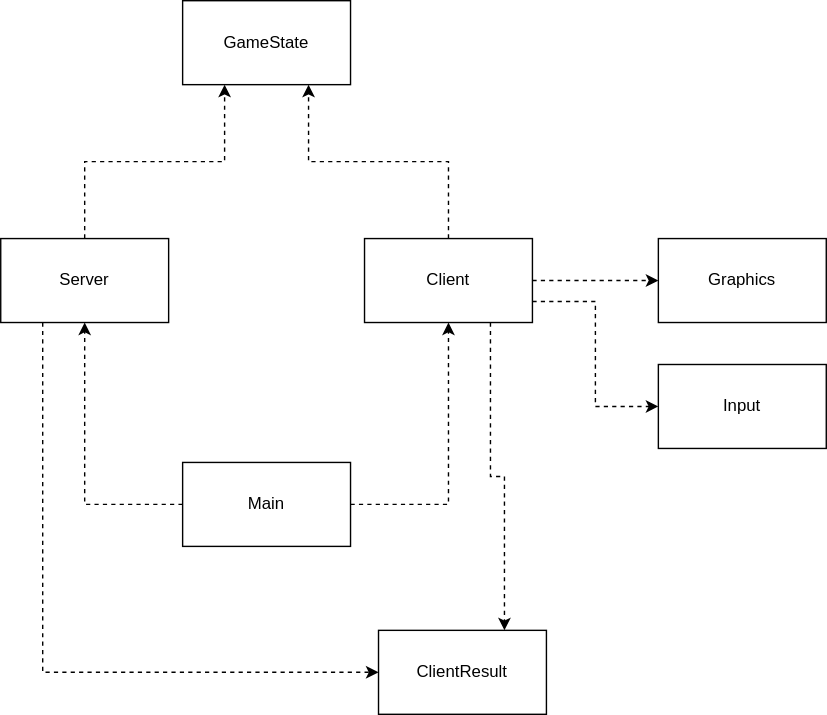
This is architecture.drawio.svg from horup/zombiedodgeball, a draw.io export, as it was before one commit. Source tidied: cells renumbered, new cells last; positions are measured from the earlier drawing's top-left corner, leaving out a move shared by most shapes.
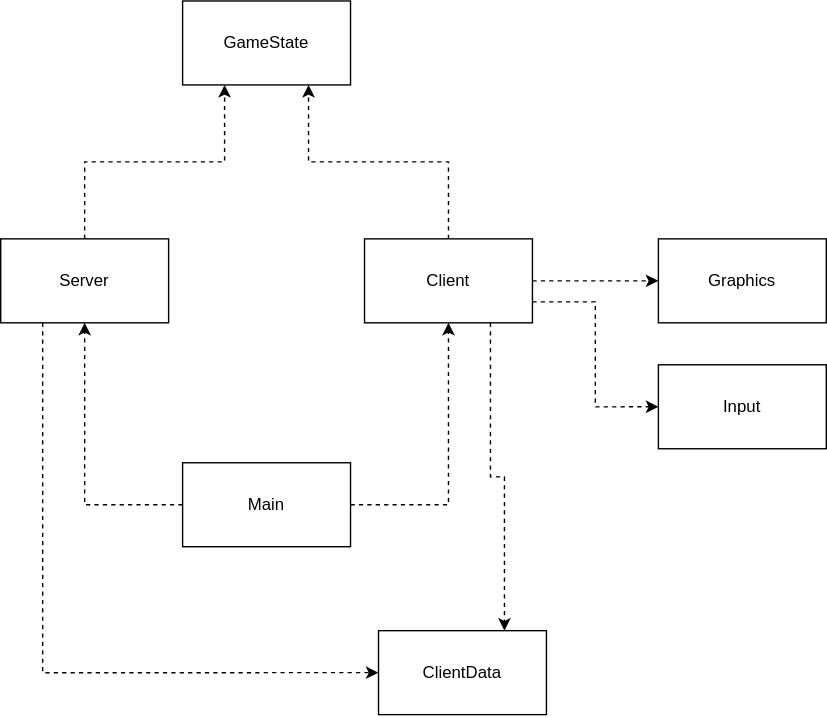
After the commit.

What changed in the source:
```diff
@@ -44,7 +44,7 @@
     <mxCell id="15" value="Main" style="rounded=0;whiteSpace=wrap;html=1;" parent="1" vertex="1">
       <mxGeometry x="130" y="330" width="120" height="60" as="geometry" />
     </mxCell>
-    <mxCell id="16" value="ClientResult" style="rounded=0;whiteSpace=wrap;html=1;" parent="1" vertex="1">
+    <mxCell id="16" value="ClientData" style="rounded=0;whiteSpace=wrap;html=1;" parent="1" vertex="1">
       <mxGeometry x="270" y="450" width="120" height="60" as="geometry" />
     </mxCell>
   </root>
```
